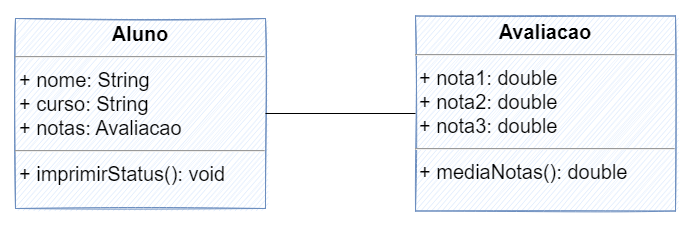
The draw.io diagram files/assets/uml/media-alunos.png in michelelozada/Java-Study-Notes, before a commit. Source tidied: cells renumbered, new cells last; positions are measured from the earlier drawing's top-left corner, leaving out a move shared by most shapes.
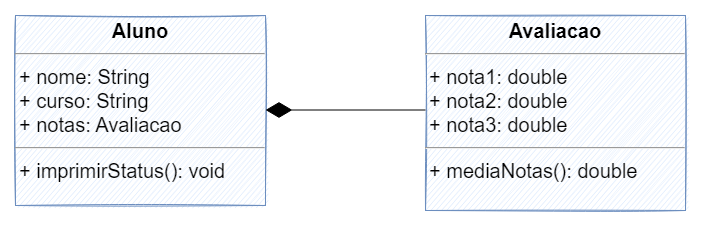
The same diagram one commit later.

The edit, as a diff of the source:
```diff
@@ -6,10 +6,13 @@
       <mxGeometry y="2" width="250" height="190" as="geometry" />
     </mxCell>
     <mxCell id="3" value="&lt;p style=&quot;margin: 4px 0px 0px; text-align: center; font-size: 20px;&quot;&gt;&lt;b style=&quot;font-size: 20px;&quot;&gt;Avaliacao&lt;/b&gt;&lt;/p&gt;&lt;hr style=&quot;font-size: 20px;&quot;&gt;&lt;p style=&quot;margin: 0px 0px 0px 4px; font-size: 20px;&quot;&gt;+ nota1: double&lt;br style=&quot;font-size: 20px;&quot;&gt;+ nota2: double&lt;/p&gt;&lt;p style=&quot;margin: 0px 0px 0px 4px; font-size: 20px;&quot;&gt;+ nota3: double&lt;/p&gt;&lt;hr style=&quot;font-size: 20px;&quot;&gt;&lt;p style=&quot;margin: 0px 0px 0px 4px; font-size: 20px;&quot;&gt;+ mediaNotas(): double&lt;/p&gt;" style="verticalAlign=top;align=left;overflow=fill;fontSize=20;fontFamily=Helvetica;html=1;fillColor=#dae8fc;strokeColor=#6c8ebf;fontStyle=0;sketch=1;" parent="1" vertex="1">
-      <mxGeometry x="400" y="-0.5" width="260" height="195" as="geometry" />
+      <mxGeometry x="410" y="2" width="260" height="195" as="geometry" />
     </mxCell>
-    <mxCell id="4" style="endArrow=none;html=1;rounded=0;fontSize=20;exitX=1;exitY=0.5;exitDx=0;exitDy=0;entryX=0;entryY=0.5;entryDx=0;entryDy=0;" parent="1" edge="1" source="2" target="3">
-      <mxGeometry relative="1" as="geometry" />
-    </mxCell>
+    <mxCell id="5" style="endArrow=diamondThin;endFill=1;endSize=24;html=1;rounded=0;" parent="1" edge="1">
+      <mxGeometry relative="1" as="geometry">
+        <mxPoint x="410" y="96.5" as="sourcePoint" />
+        <mxPoint x="250" y="96.5" as="targetPoint" />
+      </mxGeometry>
+    </mxCell>
   </root>
 </mxGraphModel>
```
